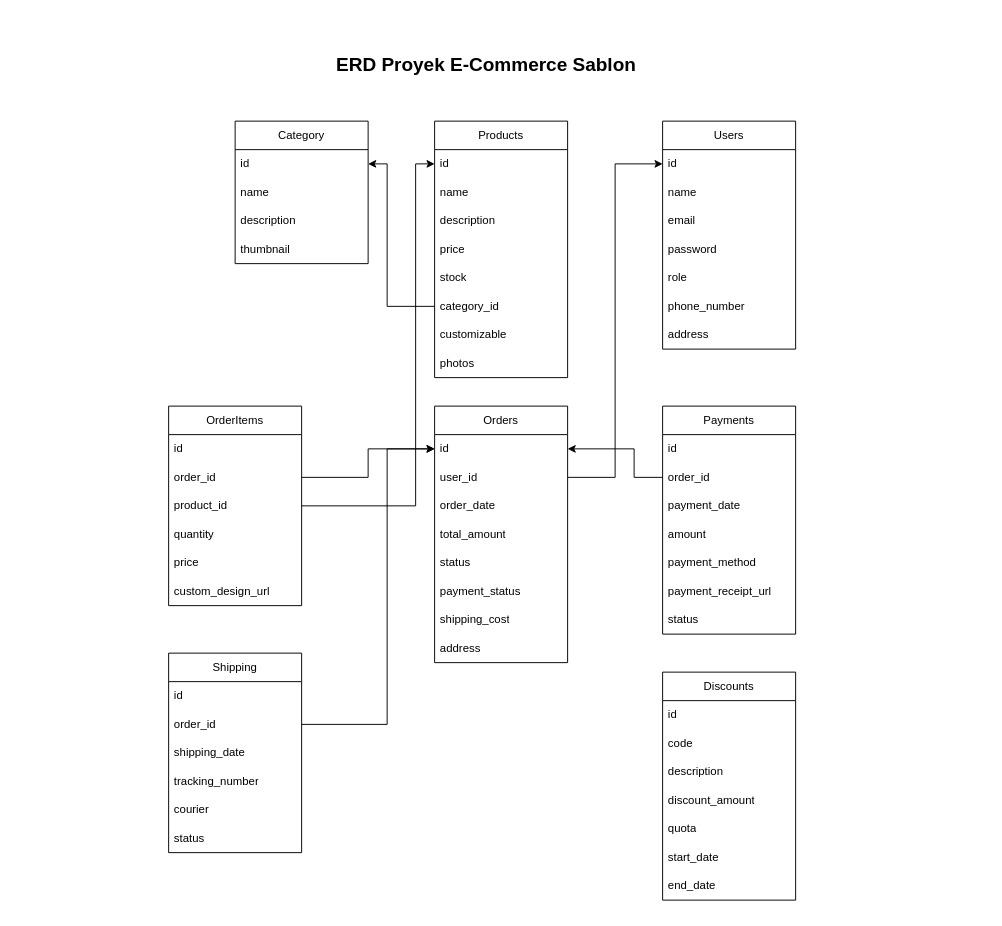
Above: Proyek Sablon.drawio in mrakahaikal/mrakahaikal (draw.io), before the change. Source tidied: cells renumbered, new cells numbered last; positions are measured from the earlier drawing's top-left corner, leaving out a move shared by most shapes. Both pictures are drawn from the tidied source at 95%, with x=0, y=0 at pixel (168, 45).
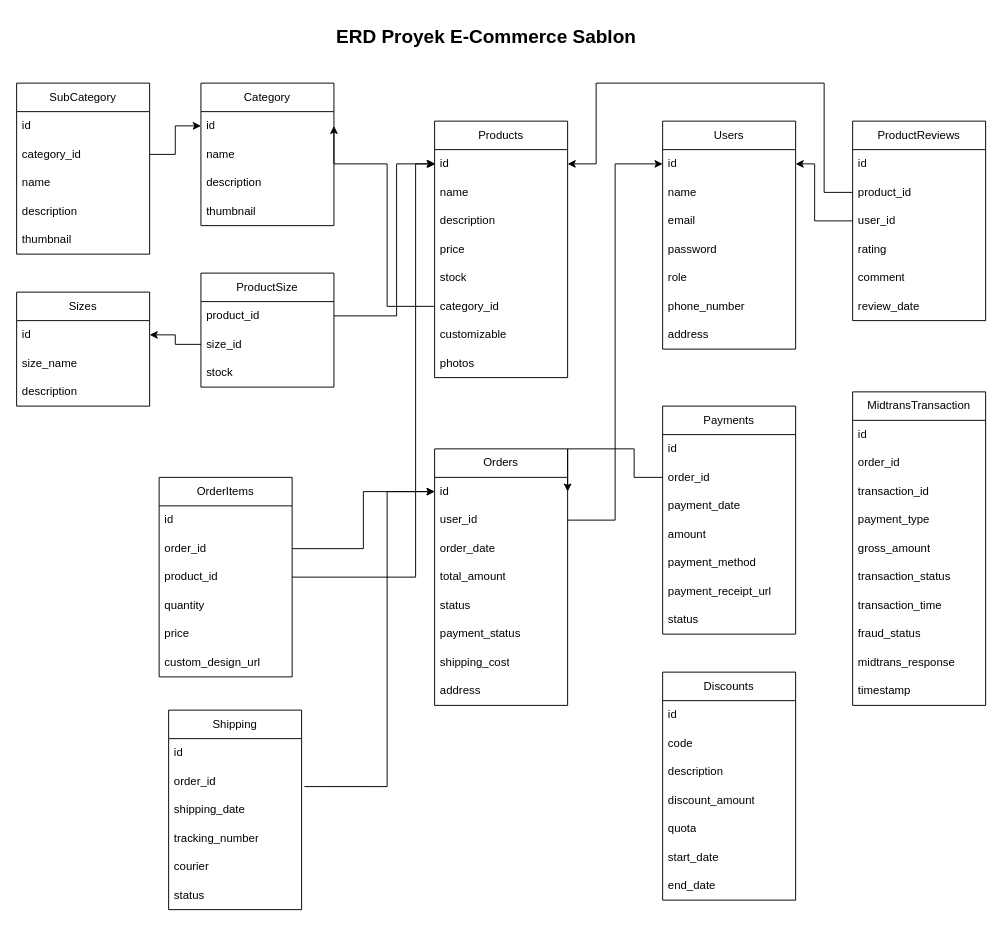
Above is the later version.

The change refers to these unchanged cells:
```xml
<mxCell id="4" value="id" style="text;strokeColor=none;fillColor=none;align=left;verticalAlign=middle;spacingLeft=4;spacingRight=4;overflow=hidden;points=[[0,0.5],[1,0.5]];portConstraint=eastwest;whiteSpace=wrap;html=1;" parent="3" vertex="1">
  <mxGeometry y="30" width="140" height="30" as="geometry" />
</mxCell>
<mxCell id="12" value="id" style="text;strokeColor=none;fillColor=none;align=left;verticalAlign=middle;spacingLeft=4;spacingRight=4;overflow=hidden;points=[[0,0.5],[1,0.5]];portConstraint=eastwest;whiteSpace=wrap;html=1;" parent="11" vertex="1">
  <mxGeometry y="30" width="140" height="30" as="geometry" />
</mxCell>
<mxCell id="21" value="id" style="text;strokeColor=none;fillColor=none;align=left;verticalAlign=middle;spacingLeft=4;spacingRight=4;overflow=hidden;points=[[0,0.5],[1,0.5]];portConstraint=eastwest;whiteSpace=wrap;html=1;" parent="20" vertex="1">
  <mxGeometry y="30" width="140" height="30" as="geometry" />
</mxCell>
<mxCell id="27" value="id" style="text;strokeColor=none;fillColor=none;align=left;verticalAlign=middle;spacingLeft=4;spacingRight=4;overflow=hidden;points=[[0,0.5],[1,0.5]];portConstraint=eastwest;whiteSpace=wrap;html=1;" parent="26" vertex="1">
  <mxGeometry y="30" width="140" height="30" as="geometry" />
</mxCell>
<mxCell id="39" value="product_id" style="text;strokeColor=none;fillColor=none;align=left;verticalAlign=middle;spacingLeft=4;spacingRight=4;overflow=hidden;points=[[0,0.5],[1,0.5]];portConstraint=eastwest;whiteSpace=wrap;html=1;" parent="36" vertex="1">
  <mxGeometry y="90" width="140" height="30" as="geometry" />
</mxCell>
<mxCell id="56" value="order_id" style="text;strokeColor=none;fillColor=none;align=left;verticalAlign=middle;spacingLeft=4;spacingRight=4;overflow=hidden;points=[[0,0.5],[1,0.5]];portConstraint=eastwest;whiteSpace=wrap;html=1;" parent="54" vertex="1">
  <mxGeometry y="60" width="140" height="30" as="geometry" />
</mxCell>
```

What changed in the source:
```diff
@@
     <mxCell id="2" value="ERD Proyek E-Commerce Sablon" style="text;html=1;align=center;verticalAlign=middle;strokeColor=none;fillColor=none;fontSize=20;fontStyle=1;" parent="1" vertex="1">
-      <mxGeometry x="174" width="320" height="40" as="geometry" />
+      <mxGeometry x="174" y="-30" width="320" height="40" as="geometry" />
     </mxCell>
@@
     <mxCell id="20" value="Category" style="swimlane;fontStyle=0;horizontal=1;startSize=30;whiteSpace=wrap;html=1;" parent="1" vertex="1">
-      <mxGeometry x="70" y="80" width="140" height="150" as="geometry" />
+      <mxGeometry x="34" y="40" width="140" height="150" as="geometry" />
     </mxCell>
@@
     <mxCell id="26" value="Orders" style="swimlane;fontStyle=0;horizontal=1;startSize=30;whiteSpace=wrap;html=1;" parent="1" vertex="1">
-      <mxGeometry x="280" y="380" width="140" height="270" as="geometry" />
+      <mxGeometry x="280" y="425" width="140" height="270" as="geometry" />
     </mxCell>
@@
     <mxCell id="36" value="OrderItems" style="swimlane;fontStyle=0;horizontal=1;startSize=30;whiteSpace=wrap;html=1;" parent="1" vertex="1">
-      <mxGeometry y="380" width="140" height="210" as="geometry" />
+      <mxGeometry x="-10" y="455" width="140" height="210" as="geometry" />
     </mxCell>
@@
-    <mxCell id="43" style="edgeStyle=orthogonalEdgeStyle;rounded=0;jettySize=auto;html=1;entryX=0;entryY=0.5;entryDx=0;entryDy=0;" parent="1" edge="1" source="39" target="12">
+    <mxCell id="43" style="edgeStyle=orthogonalEdgeStyle;rounded=0;jettySize=auto;html=1;exitX=1;exitY=0.5;exitDx=0;exitDy=0;" parent="1" edge="1" source="39" target="12">
       <mxGeometry relative="1" as="geometry">
         <Array as="points">
-          <mxPoint x="260" y="485" />
+          <mxPoint x="260" y="560" />
           <mxPoint x="260" y="125" />
         </Array>
       </mxGeometry>
     </mxCell>
@@
     <mxCell id="54" value="Shipping" style="swimlane;fontStyle=0;horizontal=1;startSize=30;whiteSpace=wrap;html=1;" parent="1" vertex="1">
-      <mxGeometry y="640" width="140" height="210" as="geometry" />
+      <mxGeometry y="700" width="140" height="210" as="geometry" />
     </mxCell>
@@
-    <mxCell id="61" style="edgeStyle=orthogonalEdgeStyle;rounded=0;jettySize=auto;html=1;entryX=0;entryY=0.5;entryDx=0;entryDy=0;" parent="1" edge="1" source="56" target="27">
+    <mxCell id="61" style="edgeStyle=orthogonalEdgeStyle;rounded=0;jettySize=auto;html=1;entryX=0;entryY=0.5;entryDx=0;entryDy=0;exitX=1.021;exitY=0.683;exitDx=0;exitDy=0;exitPerimeter=0;" parent="1" edge="1" source="56" target="27">
       <mxGeometry relative="1" as="geometry">
         <Array as="points">
-          <mxPoint x="230" y="715" />
-          <mxPoint x="230" y="425" />
+          <mxPoint x="230" y="781" />
+          <mxPoint x="230" y="470" />
         </Array>
       </mxGeometry>
     </mxCell>
@@
+    <mxCell id="70" value="ProductReviews" style="swimlane;fontStyle=0;horizontal=1;startSize=30;whiteSpace=wrap;html=1;" parent="1" vertex="1">
+      <mxGeometry x="720" y="80" width="140" height="210" as="geometry" />
+    </mxCell>
+    <mxCell id="71" value="id" style="text;strokeColor=none;fillColor=none;align=left;verticalAlign=middle;spacingLeft=4;spacingRight=4;overflow=hidden;whiteSpace=wrap;html=1;" parent="70" vertex="1">
+      <mxGeometry y="30" width="140" height="30" as="geometry" />
+    </mxCell>
+    <mxCell id="72" value="product_id" style="text;strokeColor=none;fillColor=none;align=left;verticalAlign=middle;spacingLeft=4;spacingRight=4;overflow=hidden;points=[[0,0.5],[1,0.5]];portConstraint=eastwest;whiteSpace=wrap;html=1;" parent="70" vertex="1">
+      <mxGeometry y="60" width="140" height="30" as="geometry" />
+    </mxCell>
+    <mxCell id="73" value="user_id" style="text;strokeColor=none;fillColor=none;align=left;verticalAlign=middle;spacingLeft=4;spacingRight=4;overflow=hidden;points=[[0,0.5],[1,0.5]];portConstraint=eastwest;whiteSpace=wrap;html=1;" parent="70" vertex="1">
+      <mxGeometry y="90" width="140" height="30" as="geometry" />
+    </mxCell>
+    <mxCell id="74" value="rating" style="text;strokeColor=none;fillColor=none;align=left;verticalAlign=middle;spacingLeft=4;spacingRight=4;overflow=hidden;whiteSpace=wrap;html=1;" parent="70" vertex="1">
+      <mxGeometry y="120" width="140" height="30" as="geometry" />
+    </mxCell>
+    <mxCell id="75" value="comment" style="text;strokeColor=none;fillColor=none;align=left;verticalAlign=middle;spacingLeft=4;spacingRight=4;overflow=hidden;whiteSpace=wrap;html=1;" parent="70" vertex="1">
+      <mxGeometry y="150" width="140" height="30" as="geometry" />
+    </mxCell>
+    <mxCell id="76" value="review_date" style="text;strokeColor=none;fillColor=none;align=left;verticalAlign=middle;spacingLeft=4;spacingRight=4;overflow=hidden;whiteSpace=wrap;html=1;" parent="70" vertex="1">
+      <mxGeometry y="180" width="140" height="30" as="geometry" />
+    </mxCell>
+    <mxCell id="77" style="edgeStyle=orthogonalEdgeStyle;rounded=0;jettySize=auto;html=1;entryX=1;entryY=0.5;entryDx=0;entryDy=0;exitX=0;exitY=0.5;exitDx=0;exitDy=0;" parent="1" edge="1" source="72" target="12">
+      <mxGeometry relative="1" as="geometry">
+        <Array as="points">
+          <mxPoint x="690" y="155" />
+          <mxPoint x="690" y="40" />
+          <mxPoint x="450" y="40" />
+          <mxPoint x="450" y="125" />
+        </Array>
+      </mxGeometry>
+    </mxCell>
+    <mxCell id="78" style="edgeStyle=orthogonalEdgeStyle;rounded=0;jettySize=auto;html=1;entryX=1;entryY=0.5;entryDx=0;entryDy=0;" parent="1" edge="1" source="73" target="4">
+      <mxGeometry relative="1" as="geometry">
+        <Array as="points">
+          <mxPoint x="680" y="185" />
+          <mxPoint x="680" y="125" />
+        </Array>
+      </mxGeometry>
+    </mxCell>
+    <mxCell id="79" value="MidtransTransaction" style="swimlane;fontStyle=0;horizontal=1;startSize=30;whiteSpace=wrap;html=1;" parent="1" vertex="1">
+      <mxGeometry x="720" y="365" width="140" height="330" as="geometry" />
+    </mxCell>
+    <mxCell id="80" value="id" style="text;strokeColor=none;fillColor=none;align=left;verticalAlign=middle;spacingLeft=4;spacingRight=4;overflow=hidden;whiteSpace=wrap;html=1;" parent="79" vertex="1">
+      <mxGeometry y="30" width="140" height="30" as="geometry" />
+    </mxCell>
+    <mxCell id="81" value="order_id" style="text;strokeColor=none;fillColor=none;align=left;verticalAlign=middle;spacingLeft=4;spacingRight=4;overflow=hidden;whiteSpace=wrap;html=1;" parent="79" vertex="1">
+      <mxGeometry y="60" width="140" height="30" as="geometry" />
+    </mxCell>
+    <mxCell id="82" value="transaction_id" style="text;strokeColor=none;fillColor=none;align=left;verticalAlign=middle;spacingLeft=4;spacingRight=4;overflow=hidden;whiteSpace=wrap;html=1;" parent="79" vertex="1">
+      <mxGeometry y="90" width="140" height="30" as="geometry" />
+    </mxCell>
+    <mxCell id="83" value="payment_type" style="text;strokeColor=none;fillColor=none;align=left;verticalAlign=middle;spacingLeft=4;spacingRight=4;overflow=hidden;whiteSpace=wrap;html=1;" parent="79" vertex="1">
+      <mxGeometry y="120" width="140" height="30" as="geometry" />
+    </mxCell>
+    <mxCell id="84" value="gross_amount" style="text;strokeColor=none;fillColor=none;align=left;verticalAlign=middle;spacingLeft=4;spacingRight=4;overflow=hidden;whiteSpace=wrap;html=1;" parent="79" vertex="1">
+      <mxGeometry y="150" width="140" height="30" as="geometry" />
+    </mxCell>
+    <mxCell id="85" value="transaction_status" style="text;strokeColor=none;fillColor=none;align=left;verticalAlign=middle;spacingLeft=4;spacingRight=4;overflow=hidden;whiteSpace=wrap;html=1;" parent="79" vertex="1">
+      <mxGeometry y="180" width="140" height="30" as="geometry" />
+    </mxCell>
+    <mxCell id="86" value="transaction_time" style="text;strokeColor=none;fillColor=none;align=left;verticalAlign=middle;spacingLeft=4;spacingRight=4;overflow=hidden;whiteSpace=wrap;html=1;" parent="79" vertex="1">
+      <mxGeometry y="210" width="140" height="30" as="geometry" />
+    </mxCell>
+    <mxCell id="87" value="fraud_status" style="text;strokeColor=none;fillColor=none;align=left;verticalAlign=middle;spacingLeft=4;spacingRight=4;overflow=hidden;whiteSpace=wrap;html=1;" parent="79" vertex="1">
+      <mxGeometry y="240" width="140" height="30" as="geometry" />
+    </mxCell>
+    <mxCell id="88" value="midtrans_response&amp;nbsp;" style="text;strokeColor=none;fillColor=none;align=left;verticalAlign=middle;spacingLeft=4;spacingRight=4;overflow=hidden;whiteSpace=wrap;html=1;" parent="79" vertex="1">
+      <mxGeometry y="270" width="140" height="30" as="geometry" />
+    </mxCell>
+    <mxCell id="89" value="timestamp" style="text;strokeColor=none;fillColor=none;align=left;verticalAlign=middle;spacingLeft=4;spacingRight=4;overflow=hidden;whiteSpace=wrap;html=1;" parent="79" vertex="1">
+      <mxGeometry y="300" width="140" height="30" as="geometry" />
+    </mxCell>
+    <mxCell id="90" value="SubCategory" style="swimlane;fontStyle=0;horizontal=1;startSize=30;whiteSpace=wrap;html=1;" parent="1" vertex="1">
+      <mxGeometry x="-160" y="40" width="140" height="180" as="geometry" />
+    </mxCell>
+    <mxCell id="91" value="id" style="text;strokeColor=none;fillColor=none;align=left;verticalAlign=middle;spacingLeft=4;spacingRight=4;overflow=hidden;whiteSpace=wrap;html=1;" parent="90" vertex="1">
+      <mxGeometry y="30" width="140" height="30" as="geometry" />
+    </mxCell>
+    <mxCell id="92" value="category_id" style="text;strokeColor=none;fillColor=none;align=left;verticalAlign=middle;spacingLeft=4;spacingRight=4;overflow=hidden;points=[[0,0.5],[1,0.5]];portConstraint=eastwest;whiteSpace=wrap;html=1;" parent="90" vertex="1">
+      <mxGeometry y="60" width="140" height="30" as="geometry" />
+    </mxCell>
+    <mxCell id="93" value="name" style="text;strokeColor=none;fillColor=none;align=left;verticalAlign=middle;spacingLeft=4;spacingRight=4;overflow=hidden;whiteSpace=wrap;html=1;" parent="90" vertex="1">
+      <mxGeometry y="90" width="140" height="30" as="geometry" />
+    </mxCell>
+    <mxCell id="94" value="description" style="text;strokeColor=none;fillColor=none;align=left;verticalAlign=middle;spacingLeft=4;spacingRight=4;overflow=hidden;whiteSpace=wrap;html=1;" parent="90" vertex="1">
+      <mxGeometry y="120" width="140" height="30" as="geometry" />
+    </mxCell>
+    <mxCell id="95" value="thumbnail" style="text;strokeColor=none;fillColor=none;align=left;verticalAlign=middle;spacingLeft=4;spacingRight=4;overflow=hidden;whiteSpace=wrap;html=1;" parent="90" vertex="1">
+      <mxGeometry y="150" width="140" height="30" as="geometry" />
+    </mxCell>
+    <mxCell id="96" style="edgeStyle=orthogonalEdgeStyle;rounded=0;jettySize=auto;html=1;entryX=0;entryY=0.5;entryDx=0;entryDy=0;" parent="1" edge="1" source="92" target="21">
+      <mxGeometry relative="1" as="geometry" />
+    </mxCell>
+    <mxCell id="97" value="ProductSize" style="swimlane;fontStyle=0;horizontal=1;startSize=30;whiteSpace=wrap;html=1;" parent="1" vertex="1">
+      <mxGeometry x="34" y="240" width="140" height="120" as="geometry" />
+    </mxCell>
+    <mxCell id="98" value="product_id" style="text;strokeColor=none;fillColor=none;align=left;verticalAlign=middle;spacingLeft=4;spacingRight=4;overflow=hidden;points=[[0,0.5],[1,0.5]];portConstraint=eastwest;whiteSpace=wrap;html=1;" parent="97" vertex="1">
+      <mxGeometry y="30" width="140" height="30" as="geometry" />
+    </mxCell>
+    <mxCell id="99" value="size_id" style="text;strokeColor=none;fillColor=none;align=left;verticalAlign=middle;spacingLeft=4;spacingRight=4;overflow=hidden;points=[[0,0.5],[1,0.5]];portConstraint=eastwest;whiteSpace=wrap;html=1;" parent="97" vertex="1">
+      <mxGeometry y="60" width="140" height="30" as="geometry" />
+    </mxCell>
+    <mxCell id="100" value="stock" style="text;strokeColor=none;fillColor=none;align=left;verticalAlign=middle;spacingLeft=4;spacingRight=4;overflow=hidden;whiteSpace=wrap;html=1;" parent="97" vertex="1">
+      <mxGeometry y="90" width="140" height="30" as="geometry" />
+    </mxCell>
+    <mxCell id="101" value="Sizes" style="swimlane;fontStyle=0;horizontal=1;startSize=30;whiteSpace=wrap;html=1;" parent="1" vertex="1">
+      <mxGeometry x="-160" y="260" width="140" height="120" as="geometry" />
+    </mxCell>
+    <mxCell id="102" value="id" style="text;strokeColor=none;fillColor=none;align=left;verticalAlign=middle;spacingLeft=4;spacingRight=4;overflow=hidden;points=[[0,0.5],[1,0.5]];portConstraint=eastwest;whiteSpace=wrap;html=1;" parent="101" vertex="1">
+      <mxGeometry y="30" width="140" height="30" as="geometry" />
+    </mxCell>
+    <mxCell id="103" value="size_name" style="text;strokeColor=none;fillColor=none;align=left;verticalAlign=middle;spacingLeft=4;spacingRight=4;overflow=hidden;whiteSpace=wrap;html=1;" parent="101" vertex="1">
+      <mxGeometry y="60" width="140" height="30" as="geometry" />
+    </mxCell>
+    <mxCell id="104" value="description" style="text;strokeColor=none;fillColor=none;align=left;verticalAlign=middle;spacingLeft=4;spacingRight=4;overflow=hidden;whiteSpace=wrap;html=1;" parent="101" vertex="1">
+      <mxGeometry y="90" width="140" height="30" as="geometry" />
+    </mxCell>
+    <mxCell id="105" style="edgeStyle=orthogonalEdgeStyle;rounded=0;jettySize=auto;html=1;entryX=1;entryY=0.5;entryDx=0;entryDy=0;" parent="1" edge="1" source="99" target="102">
+      <mxGeometry relative="1" as="geometry" />
+    </mxCell>
+    <mxCell id="106" style="edgeStyle=orthogonalEdgeStyle;rounded=0;jettySize=auto;html=1;" parent="1" edge="1" source="98">
+      <mxGeometry relative="1" as="geometry">
+        <mxPoint x="281" y="125" as="targetPoint" />
+        <Array as="points">
+          <mxPoint x="240" y="285" />
+          <mxPoint x="240" y="125" />
+        </Array>
+      </mxGeometry>
+    </mxCell>
```
